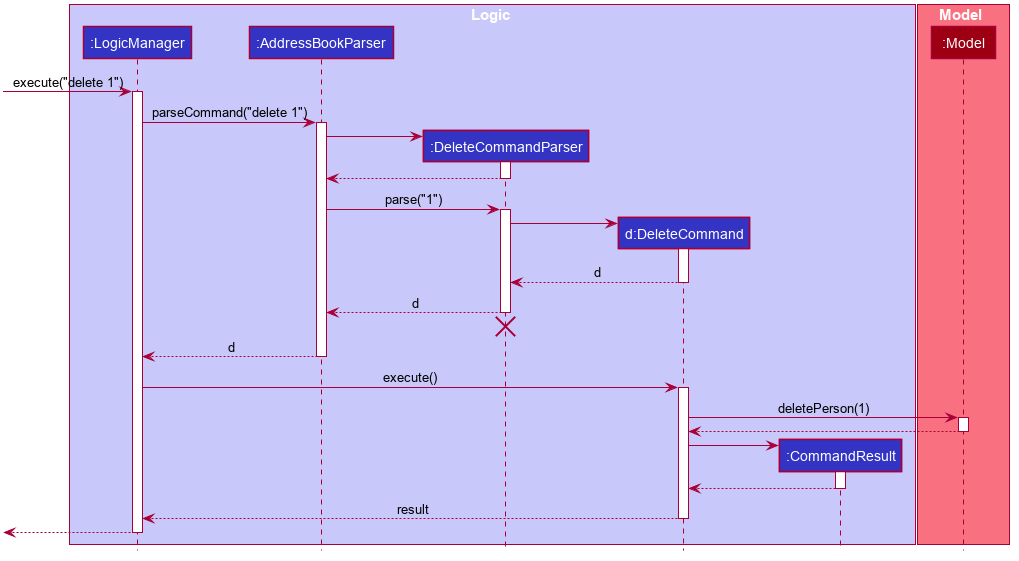
Before: docs/images/DeleteSequenceDiagram.png, a diagram exported from PlantUML (ruoyann/tp).
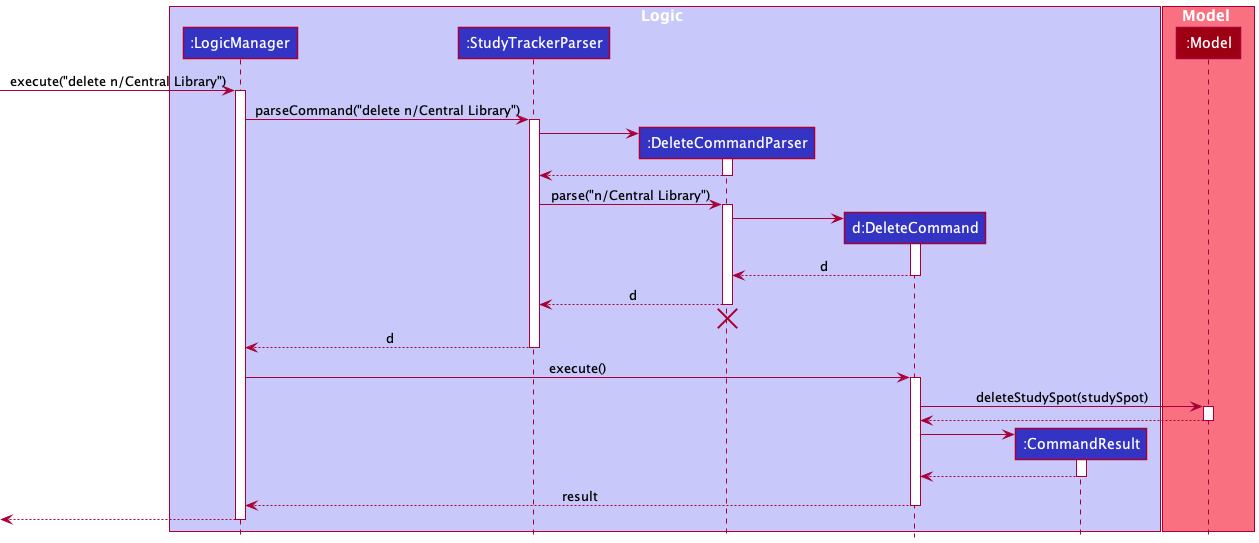
After the change.

Diff of the diagram source:
```diff
@@ -1,79 +1,32 @@
 @startuml
+!include style.puml
 
-
-
-
-
-
-
-
-skinparam BackgroundColor #FFFFFFF
-
-skinparam Shadowing false
-
-skinparam Class {
-    FontColor #FFFFFF
-    BorderThickness 1
-    BorderColor #FFFFFF
-    StereotypeFontColor #FFFFFF
-    FontName Arial
-}
-
-skinparam Actor {
-    BorderColor #000000
-    Color #000000
-    FontName Arial
-}
-
-skinparam Sequence {
-    MessageAlign center
-    BoxFontSize 15
-    BoxPadding 0
-    BoxFontColor #FFFFFF
-    FontName Arial
-}
-
-skinparam Participant {
-    FontColor #FFFFFFF
-    Padding 20
-}
-
-skinparam MinClassWidth 50
-skinparam ParticipantPadding 10
-skinparam Shadowing false
-skinparam DefaultTextAlignment center
-skinparam packageStyle Rectangle
-
-hide footbox
-hide members
-hide circle
-
-box Logic #C8C8FA
-participant ":LogicManager" as LogicManager #3333C4
-participant ":AddressBookParser" as AddressBookParser #3333C4
-participant ":DeleteCommandParser" as DeleteCommandParser #3333C4
-participant "d:DeleteCommand" as DeleteCommand #3333C4
-participant ":CommandResult" as CommandResult #3333C4
+box Logic LOGIC_COLOR_T1
+participant ":LogicManager" as LogicManager LOGIC_COLOR
+participant ":StudyTrackerParser" as StudyTrackerParser LOGIC_COLOR
+participant ":DeleteCommandParser" as DeleteCommandParser LOGIC_COLOR
+participant "d:DeleteCommand" as DeleteCommand LOGIC_COLOR
+participant ":CommandResult" as CommandResult LOGIC_COLOR
 end box
 
-box Model #F97181
-participant ":Model" as Model #9D0012
+box Model MODEL_COLOR_T1
+participant ":Model" as Model MODEL_COLOR
 end box
 
-[-> LogicManager : execute("delete 1")
+[-> LogicManager : execute("delete n/Central Library")
 activate LogicManager
 
-LogicManager -> AddressBookParser : parseCommand("delete 1")
-activate AddressBookParser
+LogicManager -> StudyTrackerParser : parseCommand("delete n/Central Library")
+activate StudyTrackerParser
 
 create DeleteCommandParser
-AddressBookParser -> DeleteCommandParser
+StudyTrackerParser -> DeleteCommandParser
 activate DeleteCommandParser
 
-DeleteCommandParser --> AddressBookParser
+DeleteCommandParser --> StudyTrackerParser
 deactivate DeleteCommandParser
 
-AddressBookParser -> DeleteCommandParser : parse("1")
+StudyTrackerParser -> DeleteCommandParser : parse("n/Central Library")
 activate DeleteCommandParser
 
 create DeleteCommand
@@ -83,18 +36,18 @@
 DeleteCommand --> DeleteCommandParser : d
 deactivate DeleteCommand
 
-DeleteCommandParser --> AddressBookParser : d
+DeleteCommandParser --> StudyTrackerParser : d
 deactivate DeleteCommandParser
-DeleteCommandParser -[hidden]-> AddressBookParser
+DeleteCommandParser -[hidden]-> StudyTrackerParser
 destroy DeleteCommandParser
 
-AddressBookParser --> LogicManager : d
-deactivate AddressBookParser
+StudyTrackerParser --> LogicManager : d
+deactivate StudyTrackerParser
 
 LogicManager -> DeleteCommand : execute()
 activate DeleteCommand
 
-DeleteCommand -> Model : deletePerson(1)
+DeleteCommand -> Model : deleteStudySpot(studySpot)
 activate Model
 
 Model --> DeleteCommand
```
